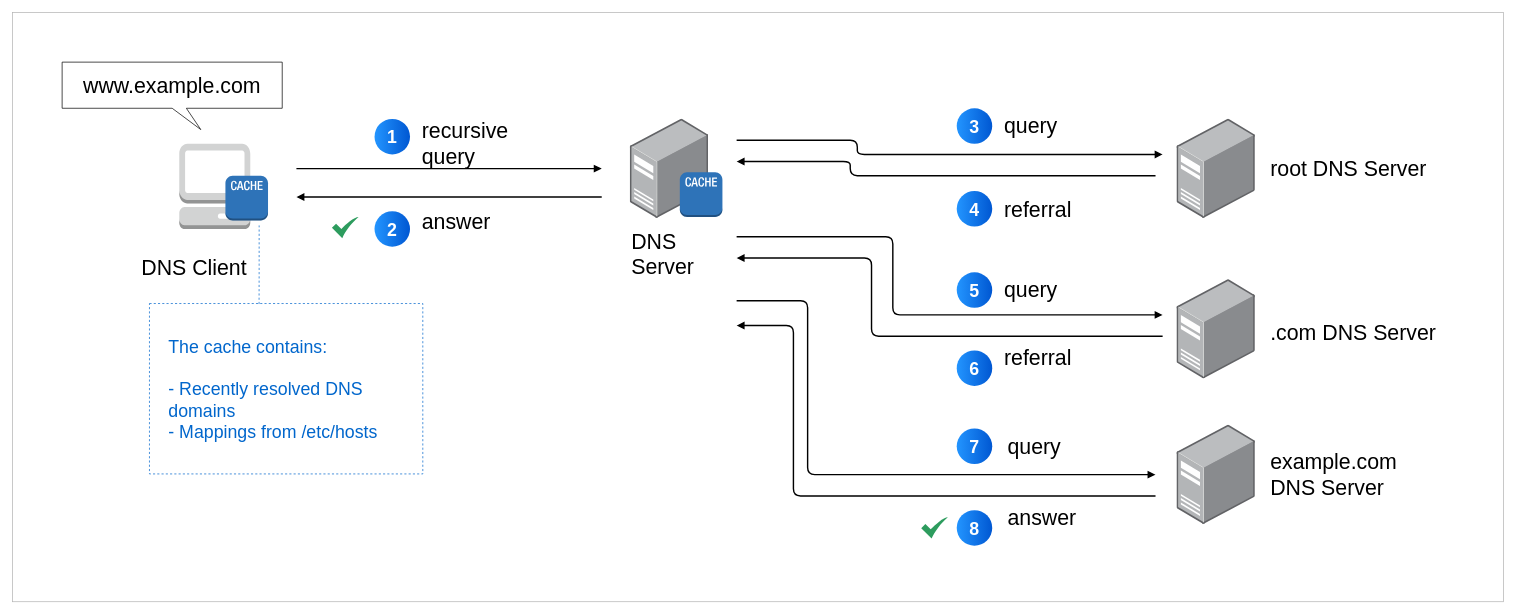
Earlier version of the draw.io diagram page "basics-dns-caching" (15 of 19) of assets/drawio/all-things-network.drawio (joseeden/joeden). Source tidied: cells renumbered, new cells numbered last; positions are measured from the earlier drawing's top-left corner, leaving out a move shared by most shapes. Both pictures are drawn from the tidied source at 71%, with x=0, y=0 at pixel (12, 12).
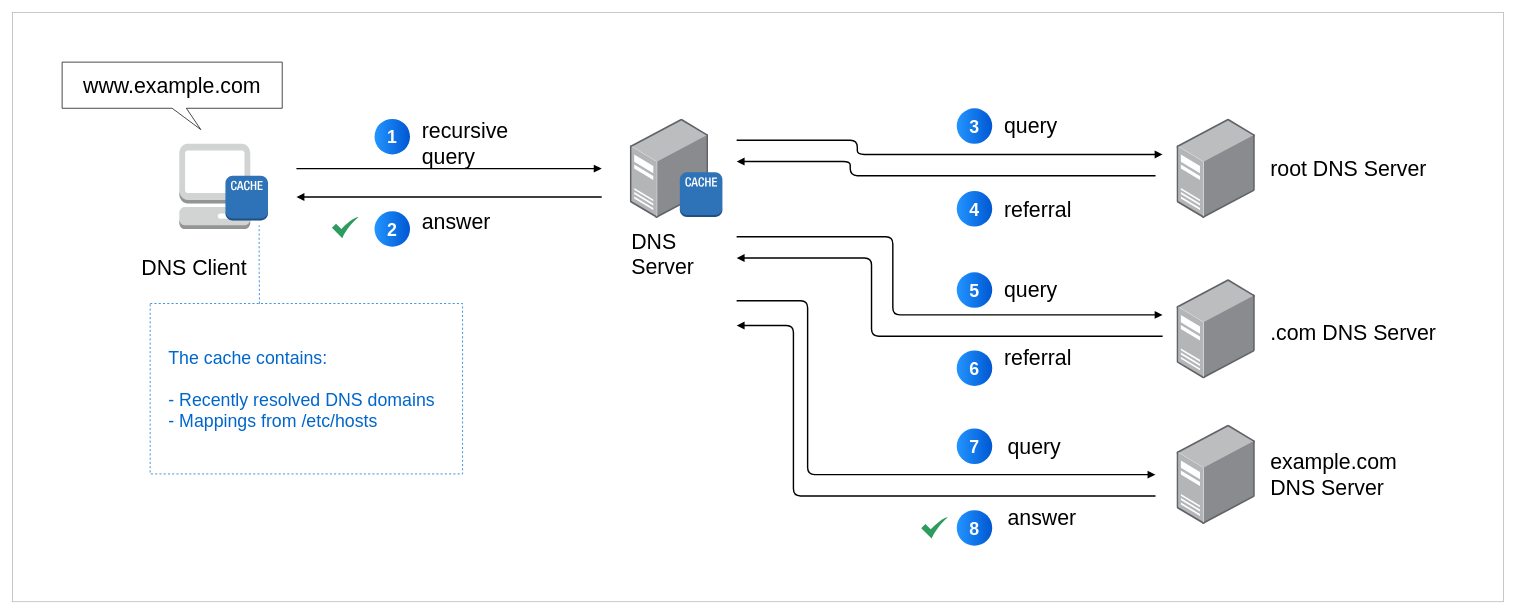
After the change.

What changed in the source:
```diff
@@
     <mxCell id="35" style="group;" parent="1" vertex="1">
-      <mxGeometry x="193" y="410" width="385" height="240" as="geometry" />
+      <mxGeometry x="193" y="410" width="440" height="240" as="geometry" />
     </mxCell>
     <mxCell id="36" style="rounded=0;whiteSpace=wrap;html=1;dashed=1;strokeColor=#0066CC;" parent="35" vertex="1">
-      <mxGeometry width="385" height="240" as="geometry" />
+      <mxGeometry x="1" width="440" height="240" as="geometry" />
     </mxCell>
     <mxCell id="37" value="&lt;font style=&quot;font-size: 25px;&quot;&gt;The cache contains:&lt;/font&gt;&lt;div&gt;&lt;font style=&quot;font-size: 25px;&quot;&gt;&lt;br&gt;&lt;/font&gt;&lt;/div&gt;&lt;div&gt;&lt;font style=&quot;font-size: 25px;&quot;&gt;- Recently resolved DNS domains&lt;/font&gt;&lt;/div&gt;&lt;div&gt;&lt;span style=&quot;background-color: transparent;&quot;&gt;&lt;font style=&quot;font-size: 25px;&quot;&gt;- Mappings from /etc/hosts&lt;/font&gt;&lt;/span&gt;&lt;/div&gt;" style="rounded=0;whiteSpace=wrap;html=1;strokeColor=none;fillColor=none;align=left;fontColor=#0066CC;" parent="35" vertex="1">
-      <mxGeometry x="25.2" y="18.5" width="334.5" height="203.1" as="geometry" />
+      <mxGeometry x="25.2" y="18.5" width="394.8" height="203.1" as="geometry" />
     </mxCell>
-    <mxCell id="38" style="endArrow=none;dashed=1;html=1;rounded=1;strokeColor=#0066CC;exitX=0.401;exitY=0.003;exitDx=0;exitDy=0;exitPerimeter=0;curved=0;" parent="1" edge="1" source="36">
+    <mxCell id="38" style="endArrow=none;dashed=1;html=1;rounded=1;strokeColor=#0066CC;exitX=0.35;exitY=0.001;exitDx=0;exitDy=0;exitPerimeter=0;curved=0;" parent="1" edge="1" source="36">
       <mxGeometry relative="1" as="geometry">
         <mxPoint x="347.5" y="300" as="targetPoint" />
         <Array as="points">
           <mxPoint x="347.5" y="360" />
         </Array>
       </mxGeometry>
     </mxCell>
```
